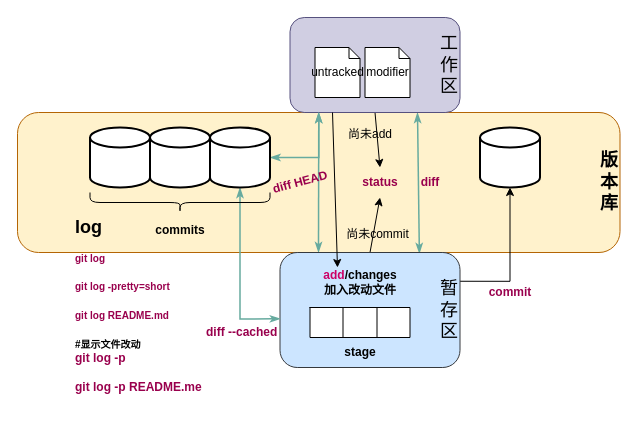
buyouS/draw keeps this draw.io diagram as git.drawio. Above is the earlier version. Source tidied: cells renumbered, new cells numbered last; positions are measured from the earlier drawing's top-left corner, leaving out a move shared by most shapes. Both pictures are drawn from the tidied source at 100%, with x=0, y=0 at pixel (17, 17).
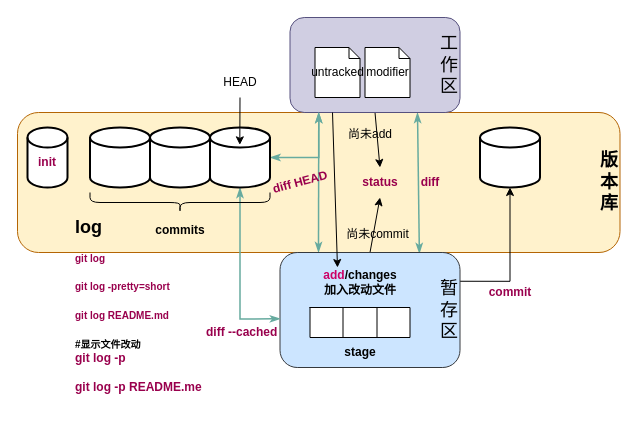
Above is the later version.

Unchanged cells that the change refers to:
```xml
<mxCell id="12" style="strokeWidth=2;html=1;shape=mxgraph.flowchart.database;whiteSpace=wrap;" parent="1" vertex="1">
  <mxGeometry x="192.5" y="110" width="60" height="60" as="geometry" />
</mxCell>
```

Diff of the diagram source:
```diff
@@
+    <mxCell id="37" style="edgeStyle=none;rounded=0;jettySize=auto;html=1;exitX=0.5;exitY=1;exitDx=0;exitDy=0;entryX=0.497;entryY=0.289;entryDx=0;entryDy=0;entryPerimeter=0;" parent="1" edge="1" source="38" target="12">
+      <mxGeometry relative="1" as="geometry" />
+    </mxCell>
+    <mxCell id="38" value="HEAD" style="text;html=1;strokeColor=none;fillColor=none;align=center;verticalAlign=middle;whiteSpace=wrap;rounded=0;" parent="1" vertex="1">
+      <mxGeometry x="192.5" y="50" width="60" height="30" as="geometry" />
+    </mxCell>
+    <mxCell id="39" style="strokeWidth=2;html=1;shape=mxgraph.flowchart.database;whiteSpace=wrap;" parent="1" vertex="1">
+      <mxGeometry x="10" y="110" width="40" height="60" as="geometry" />
+    </mxCell>
+    <mxCell id="40" value="&lt;b&gt;&lt;font color=&quot;#99004d&quot;&gt;init&lt;/font&gt;&lt;/b&gt;" style="text;html=1;strokeColor=none;fillColor=none;align=center;verticalAlign=middle;whiteSpace=wrap;rounded=0;" parent="1" vertex="1">
+      <mxGeometry y="130" width="60" height="30" as="geometry" />
+    </mxCell>
```
